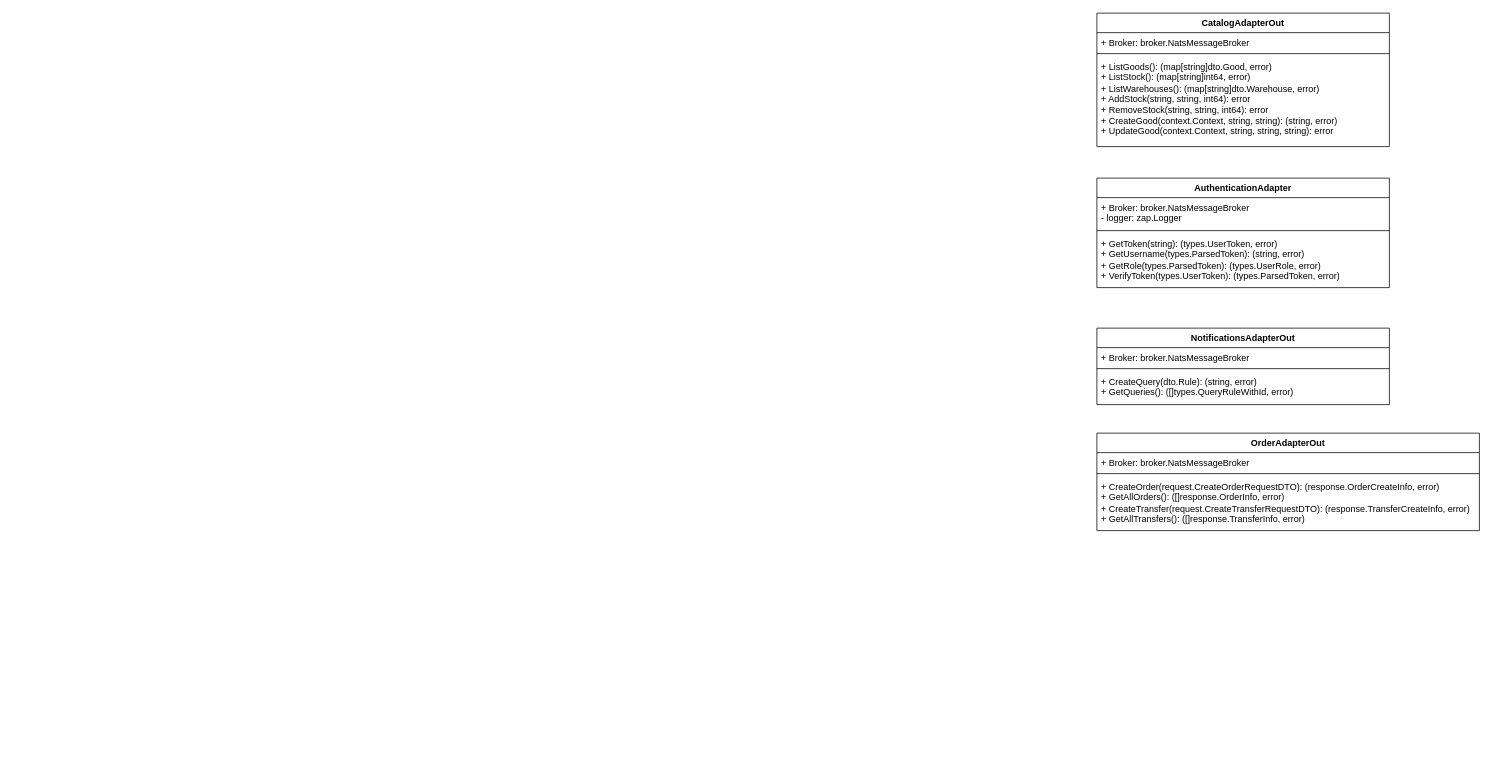
Above: page "adapterout" (4 of 4) of assets/drawio/apigateway.drawio in alimitedgroup/alimitedgroup.github.io (draw.io), before the change. Source tidied: cells renumbered, new cells numbered last; positions are measured from the earlier drawing's top-left corner, leaving out a move shared by most shapes. Both pictures are drawn from the tidied source at 75%, with x=0, y=0 at pixel (1096, 13).
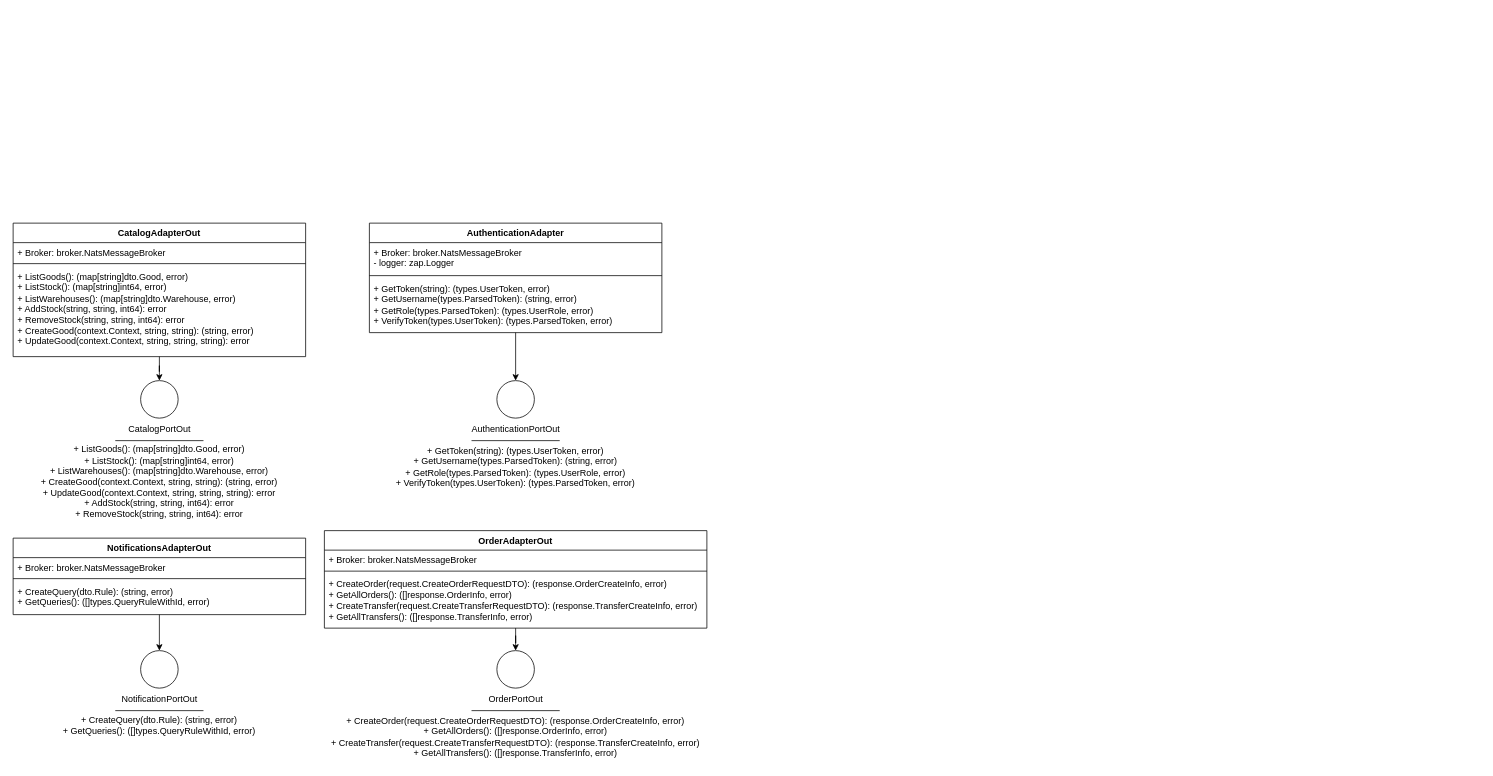
The same page after the edit.

Change to the diagram source:
```diff
@@
+    <mxCell id="18" style="edgeStyle=orthogonalEdgeStyle;shape=connector;rounded=0;jettySize=auto;html=1;strokeColor=default;align=center;verticalAlign=middle;fontFamily=Helvetica;fontSize=11;fontColor=default;labelBackgroundColor=default;endArrow=classic;" parent="1" edge="1" source="2" target="22">
+      <mxGeometry relative="1" as="geometry" />
+    </mxCell>
     <mxCell id="2" value="AuthenticationAdapter" style="swimlane;fontStyle=1;align=center;verticalAlign=top;horizontal=1;startSize=26;whiteSpace=wrap;html=1;" parent="1" vertex="1">
-      <mxGeometry y="220" width="390" height="146" as="geometry" />
+      <mxGeometry x="-970" y="280" width="390" height="146" as="geometry" />
     </mxCell>
@@
+    <mxCell id="19" style="edgeStyle=orthogonalEdgeStyle;shape=connector;rounded=0;jettySize=auto;html=1;strokeColor=default;align=center;verticalAlign=middle;fontFamily=Helvetica;fontSize=11;fontColor=default;labelBackgroundColor=default;endArrow=classic;" parent="1" edge="1" source="6" target="30">
+      <mxGeometry relative="1" as="geometry" />
+    </mxCell>
     <mxCell id="6" value="CatalogAdapterOut" style="swimlane;fontStyle=1;align=center;verticalAlign=top;horizontal=1;startSize=26;whiteSpace=wrap;html=1;" parent="1" vertex="1">
-      <mxGeometry width="390" height="178" as="geometry" />
+      <mxGeometry x="-1445" y="280" width="390" height="178" as="geometry" />
     </mxCell>
@@
+    <mxCell id="20" style="edgeStyle=orthogonalEdgeStyle;shape=connector;rounded=0;jettySize=auto;html=1;strokeColor=default;align=center;verticalAlign=middle;fontFamily=Helvetica;fontSize=11;fontColor=default;labelBackgroundColor=default;endArrow=classic;" parent="1" edge="1" source="10" target="26">
+      <mxGeometry relative="1" as="geometry" />
+    </mxCell>
     <mxCell id="10" value="NotificationsAdapterOut" style="swimlane;fontStyle=1;align=center;verticalAlign=top;horizontal=1;startSize=26;whiteSpace=wrap;html=1;" parent="1" vertex="1">
-      <mxGeometry y="420" width="390" height="102" as="geometry" />
+      <mxGeometry x="-1445" y="700" width="390" height="102" as="geometry" />
     </mxCell>
@@
+    <mxCell id="21" style="edgeStyle=orthogonalEdgeStyle;shape=connector;rounded=0;jettySize=auto;html=1;strokeColor=default;align=center;verticalAlign=middle;fontFamily=Helvetica;fontSize=11;fontColor=default;labelBackgroundColor=default;endArrow=classic;" parent="1" edge="1" source="14" target="34">
+      <mxGeometry relative="1" as="geometry" />
+    </mxCell>
     <mxCell id="14" value="OrderAdapterOut" style="swimlane;fontStyle=1;align=center;verticalAlign=top;horizontal=1;startSize=26;whiteSpace=wrap;html=1;" parent="1" vertex="1">
-      <mxGeometry y="560" width="510" height="130" as="geometry" />
+      <mxGeometry x="-1030" y="690" width="510" height="130" as="geometry" />
     </mxCell>
@@
+    <mxCell id="22" style="ellipse;whiteSpace=wrap;html=1;" parent="1" vertex="1">
+      <mxGeometry x="-800" y="490" width="50" height="50" as="geometry" />
+    </mxCell>
+    <mxCell id="23" value="AuthenticationPortOut" style="text;html=1;align=center;verticalAlign=middle;whiteSpace=wrap;rounded=0;" parent="1" vertex="1">
+      <mxGeometry x="-827.5" y="540" width="105" height="30" as="geometry" />
+    </mxCell>
+    <mxCell id="24" style="endArrow=none;html=1;rounded=0;exitX=0;exitY=1;exitDx=0;exitDy=0;" parent="1" edge="1">
+      <mxGeometry relative="1" as="geometry">
+        <mxPoint x="-833.8" y="570" as="sourcePoint" />
+        <mxPoint x="-716.2" y="570" as="targetPoint" />
+      </mxGeometry>
+    </mxCell>
+    <mxCell id="25" value="+ GetToken(string): (types.UserToken, error)&lt;br&gt;+ GetUsername(types.ParsedToken): (string, error)&lt;br&gt;+ GetRole(types.ParsedToken): (types.UserRole, error)&lt;br&gt;+ VerifyToken(types.UserToken): (types.ParsedToken, error)" style="text;html=1;align=center;verticalAlign=middle;whiteSpace=wrap;rounded=0;" parent="1" vertex="1">
+      <mxGeometry x="-945" y="570" width="340" height="70" as="geometry" />
+    </mxCell>
+    <mxCell id="26" style="ellipse;whiteSpace=wrap;html=1;" parent="1" vertex="1">
+      <mxGeometry x="-1275" y="850" width="50" height="50" as="geometry" />
+    </mxCell>
+    <mxCell id="27" value="NotificationPortOut" style="text;html=1;align=center;verticalAlign=middle;whiteSpace=wrap;rounded=0;" parent="1" vertex="1">
+      <mxGeometry x="-1302.5" y="900" width="105" height="30" as="geometry" />
+    </mxCell>
+    <mxCell id="28" style="endArrow=none;html=1;rounded=0;exitX=0;exitY=1;exitDx=0;exitDy=0;" parent="1" edge="1">
+      <mxGeometry relative="1" as="geometry">
+        <mxPoint x="-1308.8" y="930" as="sourcePoint" />
+        <mxPoint x="-1191.2" y="930" as="targetPoint" />
+      </mxGeometry>
+    </mxCell>
+    <mxCell id="29" value="+ CreateQuery(dto.Rule): (string, error)&lt;br&gt;+ GetQueries(): ([]types.QueryRuleWithId, error)" style="text;html=1;align=center;verticalAlign=middle;whiteSpace=wrap;rounded=0;" parent="1" vertex="1">
+      <mxGeometry x="-1390" y="930" width="280" height="40" as="geometry" />
+    </mxCell>
+    <mxCell id="30" style="ellipse;whiteSpace=wrap;html=1;" parent="1" vertex="1">
+      <mxGeometry x="-1275" y="490" width="50" height="50" as="geometry" />
+    </mxCell>
+    <mxCell id="31" value="CatalogPortOut" style="text;html=1;align=center;verticalAlign=middle;whiteSpace=wrap;rounded=0;" parent="1" vertex="1">
+      <mxGeometry x="-1302.5" y="540" width="105" height="30" as="geometry" />
+    </mxCell>
+    <mxCell id="32" style="endArrow=none;html=1;rounded=0;exitX=0;exitY=1;exitDx=0;exitDy=0;" parent="1" edge="1">
+      <mxGeometry relative="1" as="geometry">
+        <mxPoint x="-1308.8" y="570" as="sourcePoint" />
+        <mxPoint x="-1191.2" y="570" as="targetPoint" />
+      </mxGeometry>
+    </mxCell>
+    <mxCell id="33" value="+ ListGoods(): (map[string]dto.Good, error)&lt;br&gt;+ ListStock(): (map[string]int64, error)&lt;br&gt;+ ListWarehouses(): (map[string]dto.Warehouse, error)&lt;br&gt;+ CreateGood(context.Context, string, string): (string, error)&lt;br&gt;+ UpdateGood(context.Context, string, string, string): error&lt;br&gt;+ AddStock(string, string, int64): error&lt;br&gt;+ RemoveStock(string, string, int64): error" style="text;html=1;align=center;verticalAlign=middle;whiteSpace=wrap;rounded=0;" parent="1" vertex="1">
+      <mxGeometry x="-1420" y="570" width="340" height="110" as="geometry" />
+    </mxCell>
+    <mxCell id="34" style="ellipse;whiteSpace=wrap;html=1;" parent="1" vertex="1">
+      <mxGeometry x="-800" y="850" width="50" height="50" as="geometry" />
+    </mxCell>
+    <mxCell id="35" value="OrderPortOut" style="text;html=1;align=center;verticalAlign=middle;whiteSpace=wrap;rounded=0;" parent="1" vertex="1">
+      <mxGeometry x="-827.5" y="900" width="105" height="30" as="geometry" />
+    </mxCell>
+    <mxCell id="36" style="endArrow=none;html=1;rounded=0;exitX=0;exitY=1;exitDx=0;exitDy=0;" parent="1" edge="1">
+      <mxGeometry relative="1" as="geometry">
+        <mxPoint x="-833.8" y="930" as="sourcePoint" />
+        <mxPoint x="-716.2" y="930" as="targetPoint" />
+      </mxGeometry>
+    </mxCell>
+    <mxCell id="37" value="+ CreateOrder(request.CreateOrderRequestDTO): (response.OrderCreateInfo, error)&lt;br&gt;+ GetAllOrders(): ([]response.OrderInfo, error)&lt;br&gt;+ CreateTransfer(request.CreateTransferRequestDTO): (response.TransferCreateInfo, error)&lt;br&gt;+ GetAllTransfers(): ([]response.TransferInfo, error)" style="text;html=1;align=center;verticalAlign=middle;whiteSpace=wrap;rounded=0;" parent="1" vertex="1">
+      <mxGeometry x="-1025" y="930" width="500" height="70" as="geometry" />
+    </mxCell>
```
